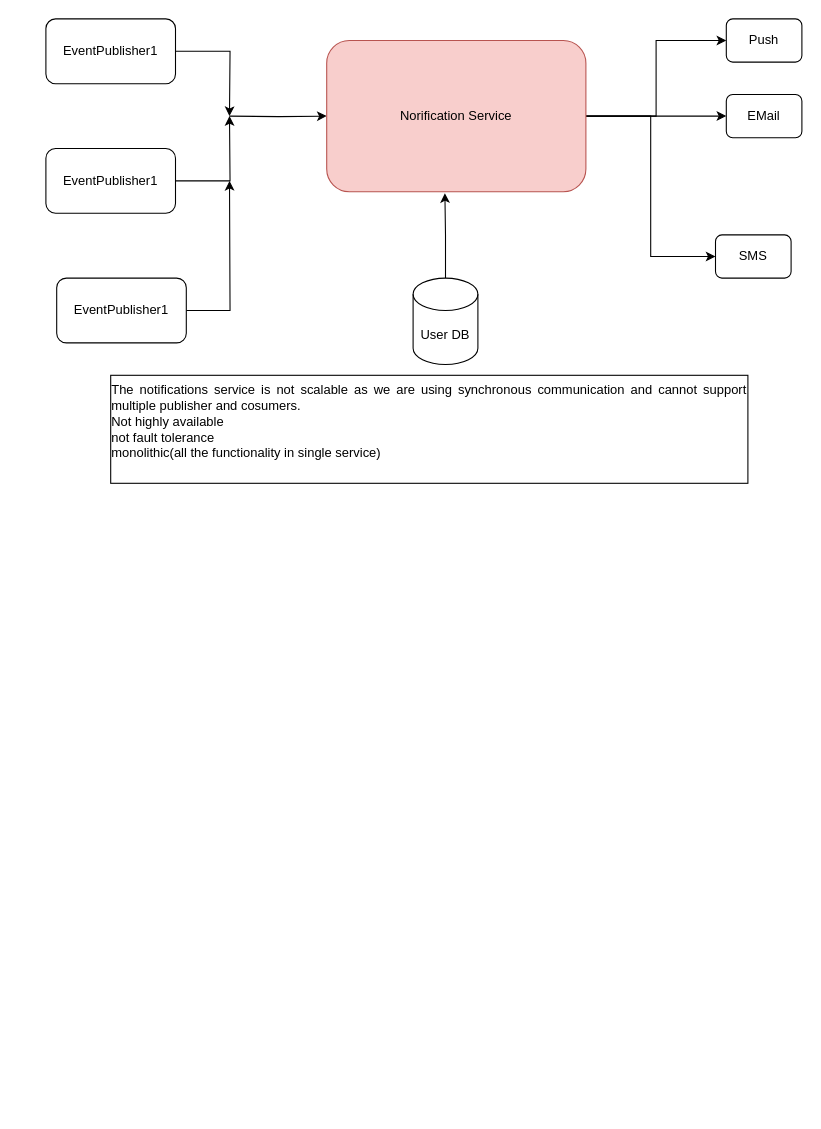
This is notification/Notification.drawio from vemarajusaikrishna/hld, a draw.io file, before an edit. Source tidied: cells renumbered, new cells numbered last; positions are measured from the earlier drawing's top-left corner, leaving out a move shared by most shapes. Both pictures are drawn from the tidied source at 108%, with x=0, y=0 at pixel (45, 18).
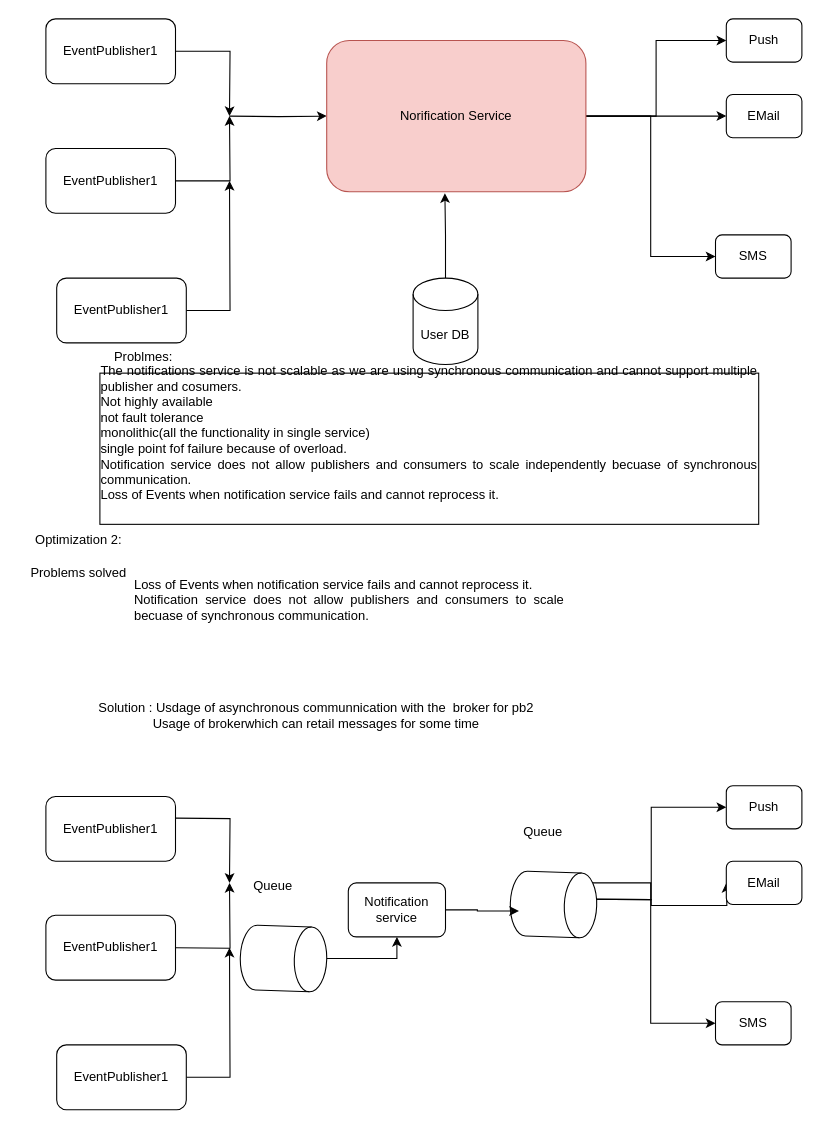
The same diagram, later.

Diff of the diagram source:
```diff
@@
-    <mxCell id="18" value="&lt;div style=&quot;text-align: justify;&quot;&gt;The notifications service is not scalable as we are using synchronous communication and cannot support multiple publisher and cosumers.&lt;/div&gt;&lt;div style=&quot;text-align: justify;&quot;&gt;Not highly available&lt;/div&gt;&lt;div style=&quot;text-align: justify;&quot;&gt;not fault tolerance&lt;/div&gt;&lt;div style=&quot;text-align: justify;&quot;&gt;monolithic(all the functionality in single service)&lt;/div&gt;&lt;div style=&quot;text-align: justify;&quot;&gt;&lt;br&gt;&lt;/div&gt;" style="rounded=0;whiteSpace=wrap;html=1;" parent="1" vertex="1">
-      <mxGeometry x="60" y="330" width="590" height="100" as="geometry" />
+    <mxCell id="18" value="&lt;div style=&quot;text-align: justify;&quot;&gt;The notifications service is not scalable as we are using synchronous communication and cannot support multiple publisher and cosumers.&lt;/div&gt;&lt;div style=&quot;text-align: justify;&quot;&gt;Not highly available&lt;/div&gt;&lt;div style=&quot;text-align: justify;&quot;&gt;not fault tolerance&lt;/div&gt;&lt;div style=&quot;text-align: justify;&quot;&gt;monolithic(all the functionality in single service)&lt;/div&gt;&lt;div style=&quot;text-align: justify;&quot;&gt;single point fof failure because of overload.&lt;/div&gt;&lt;div style=&quot;text-align: justify;&quot;&gt;Notification service does not allow publishers and consumers to scale independently becuase of synchronous communication.&lt;/div&gt;&lt;div style=&quot;text-align: justify;&quot;&gt;Loss of Events when notification service fails and cannot reprocess it.&lt;/div&gt;&lt;div style=&quot;text-align: justify;&quot;&gt;&lt;br&gt;&lt;/div&gt;&lt;div style=&quot;text-align: justify;&quot;&gt;&lt;br&gt;&lt;/div&gt;" style="rounded=0;whiteSpace=wrap;html=1;" parent="1" vertex="1">
+      <mxGeometry x="50" y="328" width="610" height="140" as="geometry" />
     </mxCell>
+    <mxCell id="19" value="Problmes:" style="text;html=1;align=center;verticalAlign=middle;strokeColor=none;fillColor=none;" parent="1" vertex="1">
+      <mxGeometry x="50" y="298" width="80" height="30" as="geometry" />
+    </mxCell>
+    <mxCell id="20" value="Optimization 2:" style="text;html=1;align=center;verticalAlign=middle;strokeColor=none;fillColor=none;" parent="1" vertex="1">
+      <mxGeometry x="-20" y="468" width="100" height="30" as="geometry" />
+    </mxCell>
+    <mxCell id="21" value="&lt;div style=&quot;forced-color-adjust: none; text-align: justify;&quot;&gt;Loss of Events when notification service fails and cannot reprocess it.&lt;/div&gt;&lt;div style=&quot;forced-color-adjust: none; text-align: justify;&quot;&gt;&lt;div&gt;Notification service does not allow publishers and consumers to scale becuase of synchronous communication.&lt;/div&gt;&lt;div&gt;&lt;br&gt;&lt;/div&gt;&lt;br&gt;&lt;br&gt;&lt;/div&gt;" style="text;whiteSpace=wrap;html=1;" parent="1" vertex="1">
+      <mxGeometry x="80" y="510" width="400" height="80" as="geometry" />
+    </mxCell>
+    <mxCell id="22" value="Problems solved" style="text;html=1;align=center;verticalAlign=middle;strokeColor=none;fillColor=none;" parent="1" vertex="1">
+      <mxGeometry x="-25" y="498" width="110" height="30" as="geometry" />
+    </mxCell>
+    <mxCell id="23" style="edgeStyle=orthogonalEdgeStyle;rounded=0;orthogonalLoop=1;jettySize=auto;html=1;" parent="1" edge="1">
+      <mxGeometry relative="1" as="geometry">
+        <mxPoint x="490" y="815" as="sourcePoint" />
+        <mxPoint x="630" y="800" as="targetPoint" />
+      </mxGeometry>
+    </mxCell>
+    <mxCell id="24" style="edgeStyle=orthogonalEdgeStyle;rounded=0;jettySize=auto;html=1;entryX=0;entryY=0.5;entryDx=0;entryDy=0;" parent="1" edge="1" target="27">
+      <mxGeometry relative="1" as="geometry">
+        <mxPoint x="490" y="815" as="sourcePoint" />
+      </mxGeometry>
+    </mxCell>
+    <mxCell id="25" style="edgeStyle=orthogonalEdgeStyle;rounded=0;jettySize=auto;html=1;" parent="1" edge="1" target="26">
+      <mxGeometry relative="1" as="geometry">
+        <mxPoint x="490" y="800" as="sourcePoint" />
+        <Array as="points">
+          <mxPoint x="560" y="800" />
+        </Array>
+      </mxGeometry>
+    </mxCell>
+    <mxCell id="26" value="SMS" style="rounded=1;whiteSpace=wrap;html=1;" parent="1" vertex="1">
+      <mxGeometry x="620" y="910" width="70" height="40" as="geometry" />
+    </mxCell>
+    <mxCell id="27" value="Push" style="rounded=1;whiteSpace=wrap;html=1;" parent="1" vertex="1">
+      <mxGeometry x="630" y="710" width="70" height="40" as="geometry" />
+    </mxCell>
+    <mxCell id="28" value="EMail" style="rounded=1;whiteSpace=wrap;html=1;" parent="1" vertex="1">
+      <mxGeometry x="630" y="780" width="70" height="40" as="geometry" />
+    </mxCell>
+    <mxCell id="29" style="edgeStyle=orthogonalEdgeStyle;rounded=0;orthogonalLoop=1;jettySize=auto;html=1;" parent="1" edge="1">
+      <mxGeometry relative="1" as="geometry">
+        <mxPoint x="120" y="740" as="sourcePoint" />
+        <mxPoint x="170" y="800" as="targetPoint" />
+      </mxGeometry>
+    </mxCell>
+    <mxCell id="30" style="edgeStyle=orthogonalEdgeStyle;rounded=0;orthogonalLoop=1;jettySize=auto;html=1;" parent="1" edge="1">
+      <mxGeometry relative="1" as="geometry">
+        <mxPoint x="120" y="860" as="sourcePoint" />
+        <mxPoint x="170" y="800" as="targetPoint" />
+      </mxGeometry>
+    </mxCell>
+    <mxCell id="31" style="edgeStyle=orthogonalEdgeStyle;rounded=0;jettySize=auto;html=1;" parent="1" edge="1" source="32">
+      <mxGeometry relative="1" as="geometry">
+        <mxPoint x="170" y="860" as="targetPoint" />
+      </mxGeometry>
+    </mxCell>
+    <mxCell id="32" value="EventPublisher1" style="rounded=1;whiteSpace=wrap;html=1;" parent="1" vertex="1">
+      <mxGeometry x="10" y="950" width="120" height="60" as="geometry" />
+    </mxCell>
+    <mxCell id="33" value="Solution : Usdage of asynchronous communnication with the&amp;nbsp; broker for pb2&lt;div&gt;Usage of brokerwhich can retail messages for some time&lt;/div&gt;" style="text;html=1;align=center;verticalAlign=middle;strokeColor=none;fillColor=none;" parent="1" vertex="1">
+      <mxGeometry x="35" y="625" width="430" height="40" as="geometry" />
+    </mxCell>
+    <mxCell id="34" value="EventPublisher1" style="rounded=1;whiteSpace=wrap;html=1;" parent="1" vertex="1">
+      <mxGeometry y="830" width="120" height="60" as="geometry" />
+    </mxCell>
+    <mxCell id="35" value="EventPublisher1" style="rounded=1;whiteSpace=wrap;html=1;" parent="1" vertex="1">
+      <mxGeometry y="720" width="120" height="60" as="geometry" />
+    </mxCell>
+    <mxCell id="36" style="shape=cylinder3;whiteSpace=wrap;html=1;boundedLbl=1;backgroundOutline=1;size=15;rotation=92;" parent="1" vertex="1">
+      <mxGeometry x="440" y="780" width="60" height="80" as="geometry" />
+    </mxCell>
+    <mxCell id="37" style="edgeStyle=orthogonalEdgeStyle;rounded=0;jettySize=auto;html=1;entryX=0.5;entryY=1;entryDx=0;entryDy=0;" parent="1" edge="1" source="38" target="39">
+      <mxGeometry relative="1" as="geometry" />
+    </mxCell>
+    <mxCell id="38" style="shape=cylinder3;whiteSpace=wrap;html=1;boundedLbl=1;backgroundOutline=1;size=15;rotation=92;" parent="1" vertex="1">
+      <mxGeometry x="190" y="830" width="60" height="80" as="geometry" />
+    </mxCell>
+    <mxCell id="39" value="Notification service" style="rounded=1;whiteSpace=wrap;html=1;" parent="1" vertex="1">
+      <mxGeometry x="280" y="800" width="90" height="50" as="geometry" />
+    </mxCell>
+    <mxCell id="40" style="edgeStyle=orthogonalEdgeStyle;rounded=0;jettySize=auto;html=1;entryX=0.619;entryY=0.897;entryDx=0;entryDy=0;entryPerimeter=0;" parent="1" edge="1" source="39" target="36">
+      <mxGeometry relative="1" as="geometry" />
+    </mxCell>
+    <mxCell id="41" value="Queue" style="text;html=1;align=center;verticalAlign=middle;strokeColor=none;fillColor=none;" parent="1" vertex="1">
+      <mxGeometry x="180" y="788" width="60" height="30" as="geometry" />
+    </mxCell>
+    <mxCell id="42" value="Queue" style="text;html=1;align=center;verticalAlign=middle;strokeColor=none;fillColor=none;" parent="1" vertex="1">
+      <mxGeometry x="430" y="738" width="60" height="30" as="geometry" />
+    </mxCell>
```
